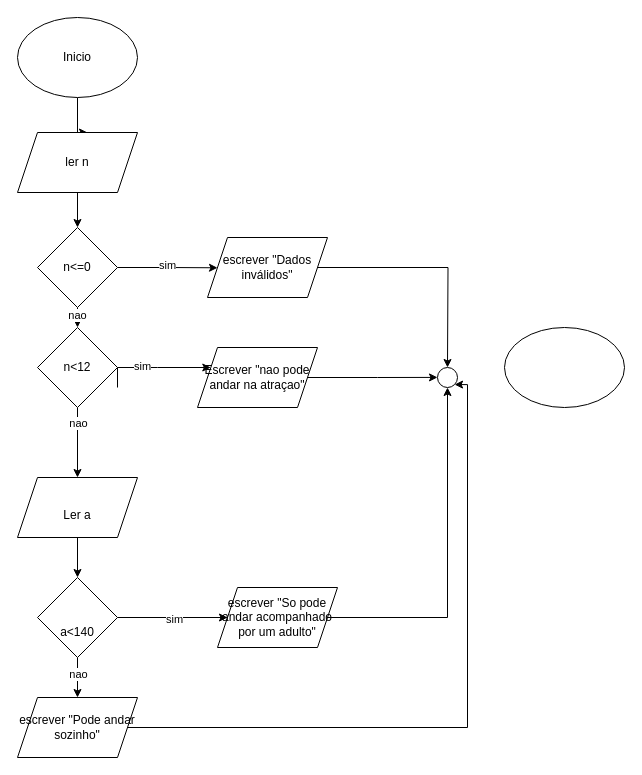
Earlier version of the draw.io diagram fluxograma 11.drawio (Goncalo203/diagrama-1). Source tidied: cells renumbered, new cells numbered last; positions are measured from the earlier drawing's top-left corner, leaving out a move shared by most shapes. Both pictures are drawn from the tidied source at 100%, with x=0, y=0 at pixel (17, 17).
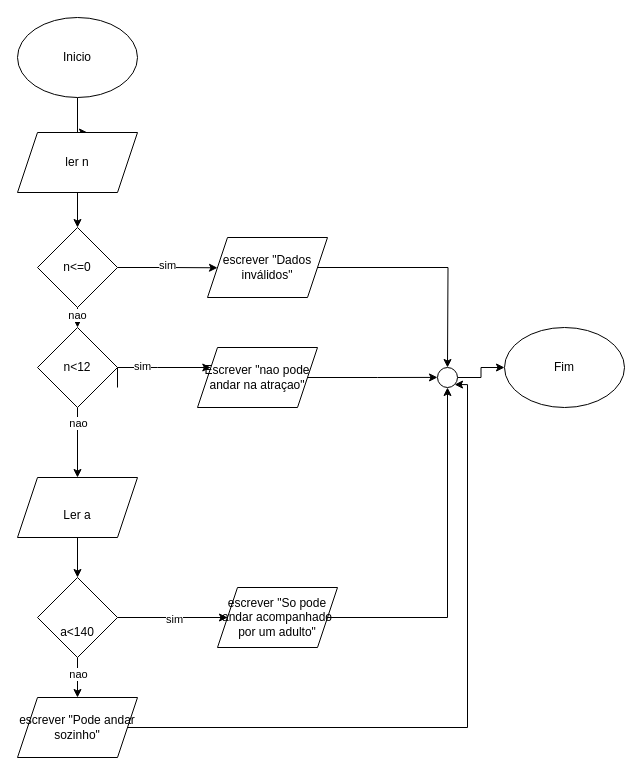
After the change.

The change refers to these unchanged cells:
```xml
<mxCell id="31" style="ellipse;whiteSpace=wrap;html=1;shapeInside=1;" parent="1" vertex="1">
  <mxGeometry x="420" y="350" width="20" height="20" as="geometry" />
</mxCell>
```

Diff of the diagram source:
```diff
@@
+    <mxCell id="33" style="edgeStyle=orthogonalEdgeStyle;rounded=0;jettySize=auto;html=1;exitX=1;exitY=0.5;exitDx=0;exitDy=0;" parent="1" edge="1" source="31" target="32">
+      <mxGeometry relative="1" as="geometry" />
+    </mxCell>
@@
-    <mxCell id="32" style="ellipse;whiteSpace=wrap;html=1;shapeInside=1;" parent="1" vertex="1">
+    <mxCell id="32" value="Fim" style="ellipse;whiteSpace=wrap;html=1;shapeInside=1;" parent="1" vertex="1">
       <mxGeometry x="487" y="310" width="120" height="80" as="geometry" />
     </mxCell>
```
